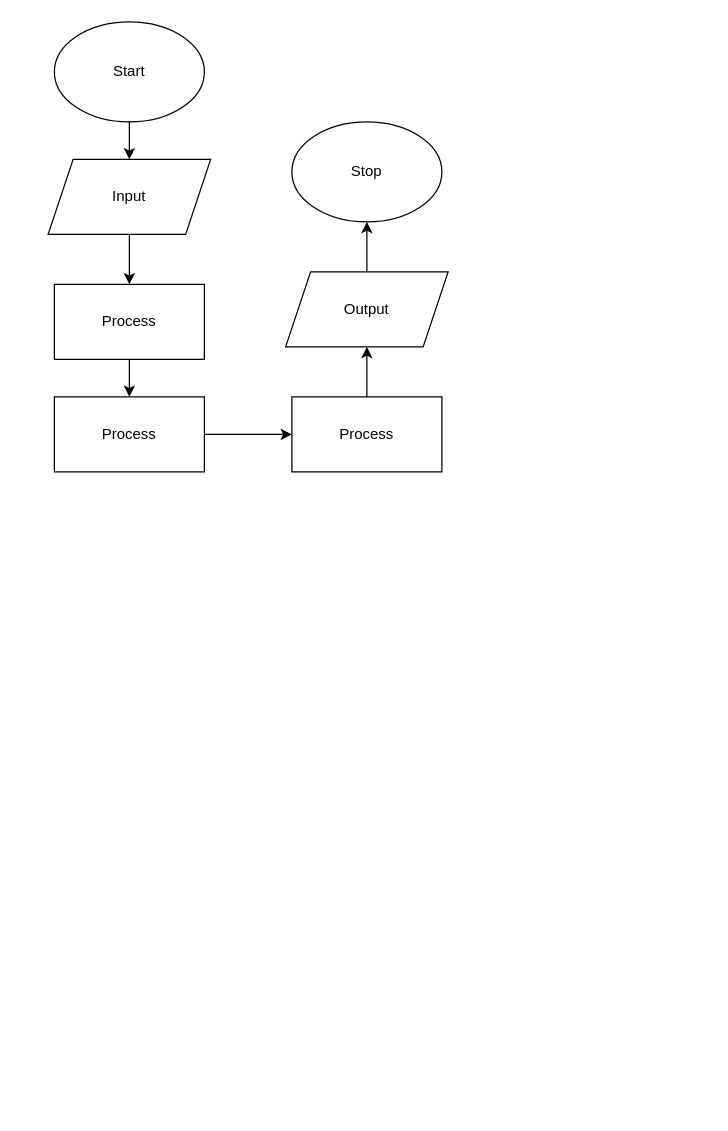
This is flowchart.drawio from Aleksandr-Ten/ICS3U-Assignment-3-Python, a draw.io file, before an edit. Source tidied: cells renumbered, new cells numbered last; positions are measured from the earlier drawing's top-left corner, leaving out a move shared by most shapes. Both pictures are drawn from the tidied source at 125%, with x=0, y=0 at pixel (48, 21).
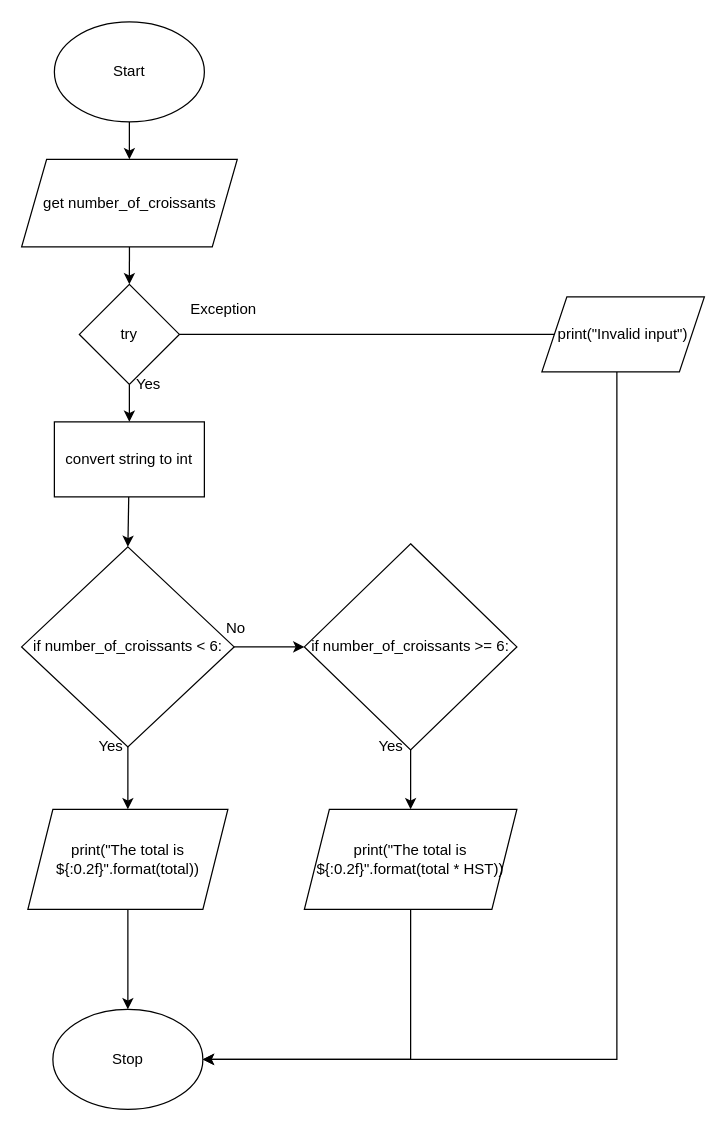
After the change.

What changed in the source:
```diff
@@
-    <mxCell id="4" style="edgeStyle=none;html=1;exitX=0.5;exitY=1;exitDx=0;exitDy=0;entryX=0.5;entryY=0;entryDx=0;entryDy=0;" parent="1" edge="1" source="5" target="7">
-      <mxGeometry relative="1" as="geometry" />
+    <mxCell id="4" style="edgeStyle=none;html=1;exitX=0.5;exitY=1;exitDx=0;exitDy=0;entryX=0.5;entryY=0;entryDx=0;entryDy=0;" parent="1" edge="1" source="5">
+      <mxGeometry relative="1" as="geometry">
+        <mxPoint x="65" y="210" as="targetPoint" />
+      </mxGeometry>
     </mxCell>
-    <mxCell id="5" value="Input" style="shape=parallelogram;perimeter=parallelogramPerimeter;whiteSpace=wrap;html=1;fixedSize=1;" parent="1" vertex="1">
-      <mxGeometry y="110" width="130" height="60" as="geometry" />
+    <mxCell id="5" value="get number_of_croissants" style="shape=parallelogram;perimeter=parallelogramPerimeter;whiteSpace=wrap;html=1;fixedSize=1;" parent="1" vertex="1">
+      <mxGeometry x="-21.2" y="110" width="172.5" height="70" as="geometry" />
     </mxCell>
-    <mxCell id="6" style="edgeStyle=none;html=1;exitX=0.5;exitY=1;exitDx=0;exitDy=0;" parent="1" edge="1" source="7" target="9">
-      <mxGeometry relative="1" as="geometry" />
-    </mxCell>
-    <mxCell id="7" value="Process" style="rounded=0;whiteSpace=wrap;html=1;" parent="1" vertex="1">
-      <mxGeometry x="5" y="210" width="120" height="60" as="geometry" />
-    </mxCell>
-    <mxCell id="8" style="edgeStyle=none;html=1;exitX=1;exitY=0.5;exitDx=0;exitDy=0;entryX=0;entryY=0.5;entryDx=0;entryDy=0;" parent="1" edge="1" source="9" target="11">
-      <mxGeometry relative="1" as="geometry" />
-    </mxCell>
-    <mxCell id="9" value="Process" style="rounded=0;whiteSpace=wrap;html=1;" parent="1" vertex="1">
-      <mxGeometry x="5" y="300" width="120" height="60" as="geometry" />
-    </mxCell>
-    <mxCell id="10" style="edgeStyle=none;html=1;exitX=0.5;exitY=0;exitDx=0;exitDy=0;" parent="1" edge="1" source="11" target="13">
-      <mxGeometry relative="1" as="geometry" />
-    </mxCell>
-    <mxCell id="11" value="Process" style="rounded=0;whiteSpace=wrap;html=1;" parent="1" vertex="1">
-      <mxGeometry x="195" y="300" width="120" height="60" as="geometry" />
-    </mxCell>
+    <mxCell id="15" style="edgeStyle=none;html=1;" parent="1" edge="1" source="12" target="18">
+      <mxGeometry relative="1" as="geometry" />
+    </mxCell>
+    <mxCell id="16" style="edgeStyle=none;html=1;exitX=1;exitY=0.5;exitDx=0;exitDy=0;" parent="1" edge="1" source="12">
+      <mxGeometry relative="1" as="geometry">
+        <mxPoint x="465" y="250" as="targetPoint" />
+      </mxGeometry>
+    </mxCell>
-    <mxCell id="12" style="edgeStyle=none;html=1;" parent="1" edge="1" source="13" target="14">
-      <mxGeometry relative="1" as="geometry" />
+    <mxCell id="12" value="try" style="rhombus;whiteSpace=wrap;html=1;" parent="1" vertex="1">
+      <mxGeometry x="25" y="210" width="80" height="80" as="geometry" />
     </mxCell>
-    <mxCell id="13" value="Output" style="shape=parallelogram;perimeter=parallelogramPerimeter;whiteSpace=wrap;html=1;fixedSize=1;" parent="1" vertex="1">
-      <mxGeometry x="190" y="200" width="130" height="60" as="geometry" />
-    </mxCell>
+    <mxCell id="17" style="edgeStyle=none;html=1;entryX=0.5;entryY=0;entryDx=0;entryDy=0;" parent="1" edge="1" source="18" target="21">
+      <mxGeometry relative="1" as="geometry" />
+    </mxCell>
+    <mxCell id="18" value="convert string to int" style="rounded=0;whiteSpace=wrap;html=1;" parent="1" vertex="1">
+      <mxGeometry x="5" y="320" width="120" height="60" as="geometry" />
+    </mxCell>
+    <mxCell id="19" style="edgeStyle=none;html=1;entryX=0;entryY=0.5;entryDx=0;entryDy=0;" parent="1" edge="1" source="21" target="23">
+      <mxGeometry relative="1" as="geometry" />
+    </mxCell>
+    <mxCell id="20" style="edgeStyle=none;html=1;exitX=0.5;exitY=1;exitDx=0;exitDy=0;" parent="1" edge="1" source="21" target="27">
+      <mxGeometry relative="1" as="geometry" />
+    </mxCell>
+    <mxCell id="21" value="if number_of_croissants &amp;lt; 6:" style="rhombus;whiteSpace=wrap;html=1;" parent="1" vertex="1">
+      <mxGeometry x="-21.2" y="420" width="170" height="160" as="geometry" />
+    </mxCell>
+    <mxCell id="22" style="edgeStyle=none;html=1;exitX=0.5;exitY=1;exitDx=0;exitDy=0;" parent="1" edge="1" source="23" target="29">
+      <mxGeometry relative="1" as="geometry" />
+    </mxCell>
+    <mxCell id="23" value="if number_of_croissants &gt;= 6:" style="rhombus;whiteSpace=wrap;html=1;" parent="1" vertex="1">
+      <mxGeometry x="205" y="417.5" width="170" height="165" as="geometry" />
+    </mxCell>
+    <mxCell id="24" style="edgeStyle=orthogonalEdgeStyle;rounded=0;html=1;entryX=1;entryY=0.5;entryDx=0;entryDy=0;" parent="1" edge="1" source="25" target="14">
+      <mxGeometry relative="1" as="geometry">
+        <Array as="points">
+          <mxPoint x="455" y="830" />
+        </Array>
+      </mxGeometry>
+    </mxCell>
+    <mxCell id="25" value="print(&quot;Invalid input&quot;)" style="shape=parallelogram;perimeter=parallelogramPerimeter;whiteSpace=wrap;html=1;fixedSize=1;" parent="1" vertex="1">
+      <mxGeometry x="395" y="220" width="130" height="60" as="geometry" />
+    </mxCell>
+    <mxCell id="26" style="edgeStyle=none;html=1;exitX=0.5;exitY=1;exitDx=0;exitDy=0;" parent="1" edge="1" source="27" target="14">
+      <mxGeometry relative="1" as="geometry" />
+    </mxCell>
+    <mxCell id="27" value="print(&quot;The total is ${:0.2f}&quot;.format(total))" style="shape=parallelogram;perimeter=parallelogramPerimeter;whiteSpace=wrap;html=1;fixedSize=1;" parent="1" vertex="1">
+      <mxGeometry x="-16.2" y="630" width="160" height="80" as="geometry" />
+    </mxCell>
+    <mxCell id="28" style="edgeStyle=orthogonalEdgeStyle;html=1;entryX=1;entryY=0.5;entryDx=0;entryDy=0;rounded=0;" parent="1" edge="1" source="29" target="14">
+      <mxGeometry relative="1" as="geometry">
+        <Array as="points">
+          <mxPoint x="290" y="830" />
+        </Array>
+      </mxGeometry>
+    </mxCell>
+    <mxCell id="29" value="print(&quot;The total is ${:0.2f}&quot;.format(total * HST))" style="shape=parallelogram;perimeter=parallelogramPerimeter;whiteSpace=wrap;html=1;fixedSize=1;" parent="1" vertex="1">
+      <mxGeometry x="205" y="630" width="170" height="80" as="geometry" />
+    </mxCell>
     <mxCell id="14" value="Stop" style="ellipse;whiteSpace=wrap;html=1;" parent="1" vertex="1">
-      <mxGeometry x="195" y="80" width="120" height="80" as="geometry" />
+      <mxGeometry x="3.8" y="790" width="120" height="80" as="geometry" />
     </mxCell>
+    <mxCell id="30" value="Exception" style="text;html=1;align=center;verticalAlign=middle;fillColor=none;strokeColor=none;rounded=0;" parent="1" vertex="1">
+      <mxGeometry x="105" y="220" width="70" height="20" as="geometry" />
+    </mxCell>
+    <mxCell id="31" value="Yes" style="text;html=1;align=center;verticalAlign=middle;fillColor=none;strokeColor=none;rounded=0;" parent="1" vertex="1">
+      <mxGeometry x="65" y="280" width="30" height="20" as="geometry" />
+    </mxCell>
+    <mxCell id="32" value="Yes" style="text;html=1;align=center;verticalAlign=middle;fillColor=none;strokeColor=none;rounded=0;" parent="1" vertex="1">
+      <mxGeometry x="35" y="570" width="30" height="20" as="geometry" />
+    </mxCell>
+    <mxCell id="33" value="Yes" style="text;html=1;align=center;verticalAlign=middle;fillColor=none;strokeColor=none;rounded=0;" parent="1" vertex="1">
+      <mxGeometry x="259" y="570" width="30" height="20" as="geometry" />
+    </mxCell>
+    <mxCell id="34" value="No" style="text;html=1;align=center;verticalAlign=middle;fillColor=none;strokeColor=none;rounded=0;" parent="1" vertex="1">
+      <mxGeometry x="135" y="475" width="30" height="20" as="geometry" />
+    </mxCell>
```
